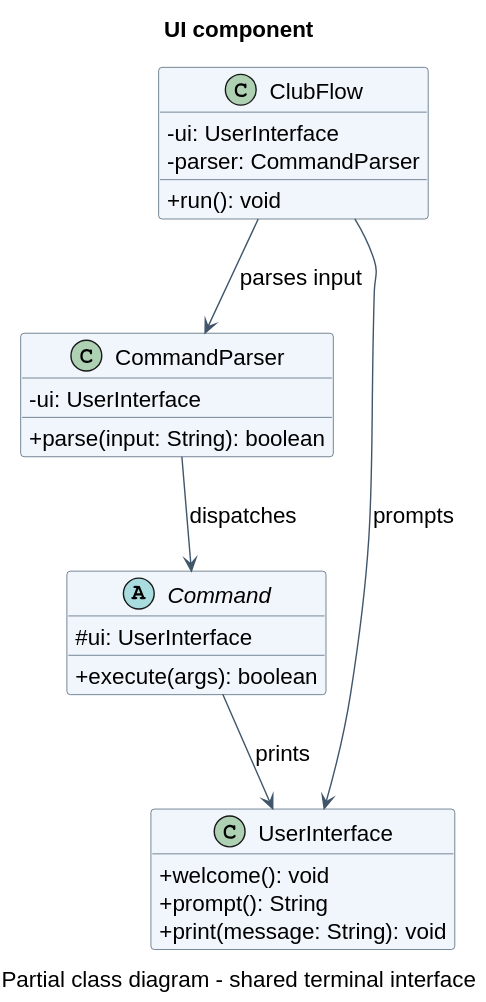
Earlier version of the PlantUML export docs/diagrams/architecture/UiClassDiagram.svg (77chenchen/tp).
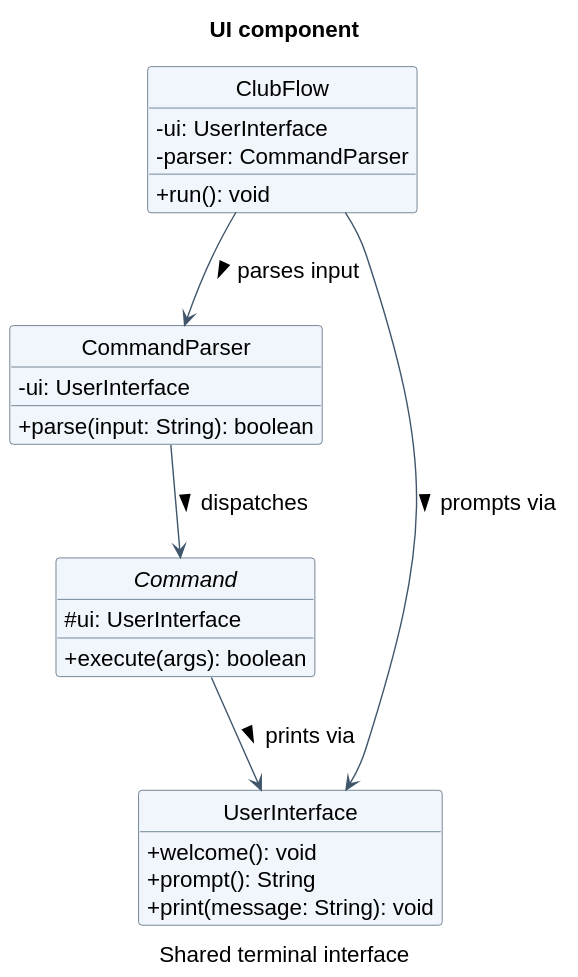
The same diagram one commit later.

Diff of the diagram source:
```diff
@@ -1,12 +1,13 @@
 @startuml
 !include ../shared/UmlStyle.iuml
 title UI component
-caption Partial class diagram - shared terminal interface
+caption Shared terminal interface
 skinparam shadowing false
 skinparam classAttributeIconSize 0
 skinparam ClassBackgroundColor #F1F6FC
 skinparam ClassBorderColor #40566B
 skinparam ArrowColor #40566B
+hide circle
 hide empty members
 
 class ClubFlow {
@@ -28,8 +29,8 @@
     + print(message: String): void
 }
 
-ClubFlow --> CommandParser : parses input
-ClubFlow --> UserInterface : prompts
-CommandParser --> Command : dispatches
-Command --> UserInterface : prints
+ClubFlow --> CommandParser : parses input >
+ClubFlow --> UserInterface : prompts via >
+CommandParser --> Command : dispatches >
+Command --> UserInterface : prints via >
 @enduml
```
